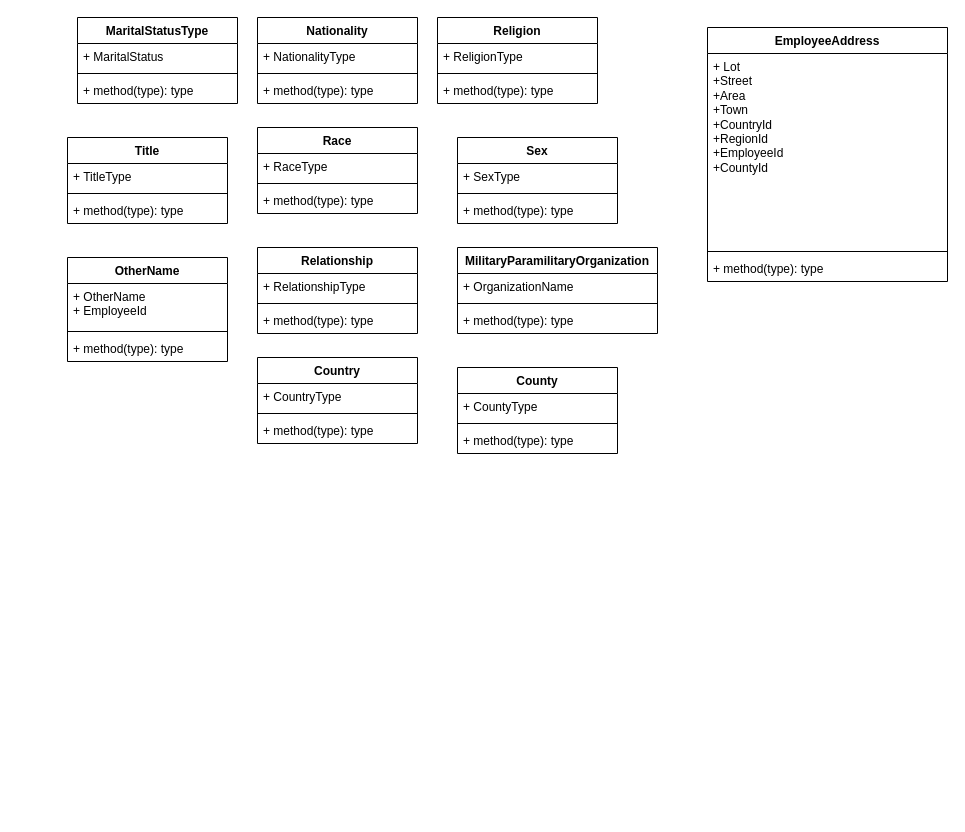
The draw.io diagram GDFHrmsDesignDocs.drawio in ResearchAndDevelopmentSignal/GDFHRMSDesignDocs, before the edit. Source tidied: cells renumbered, new cells numbered last; positions are measured from the earlier drawing's top-left corner, leaving out a move shared by most shapes. Both pictures are drawn from the tidied source at 100%, with x=0, y=0 at pixel (67, 17).
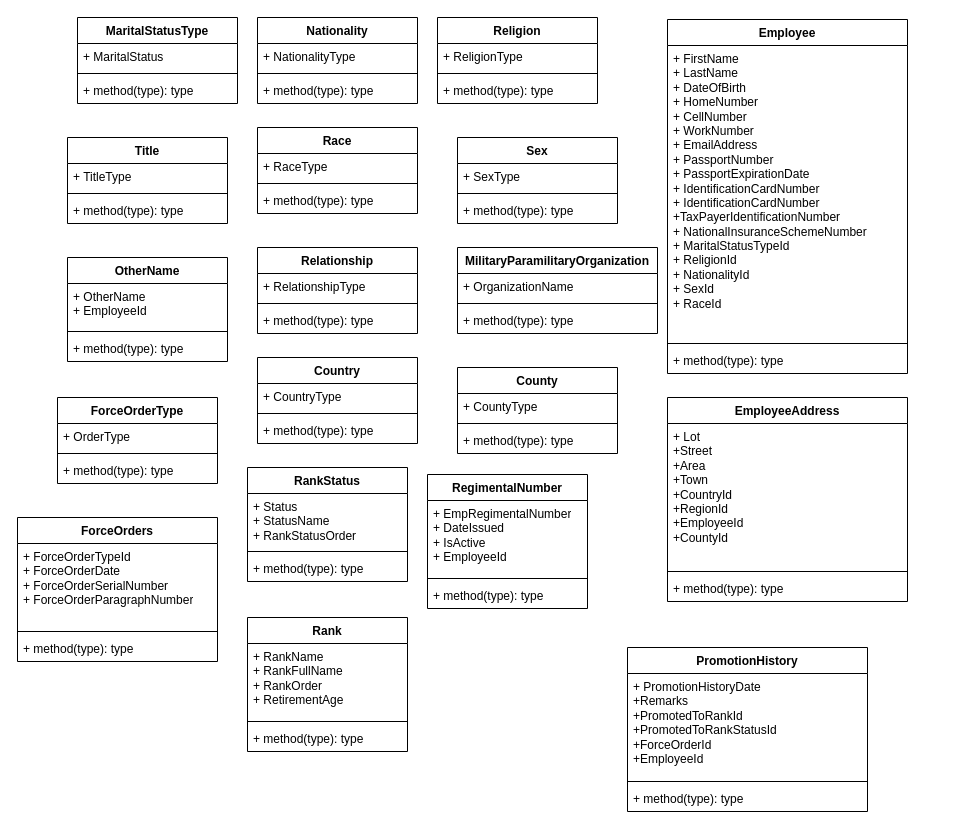
Above is the later version.

The edit, as a diff of the source:
```diff
@@
     <mxCell id="46" value="EmployeeAddress" style="swimlane;fontStyle=1;align=center;verticalAlign=top;horizontal=1;startSize=26;whiteSpace=wrap;html=1;" parent="1" vertex="1">
-      <mxGeometry x="640" y="10" width="240" height="254" as="geometry" />
+      <mxGeometry x="600" y="380" width="240" height="204" as="geometry" />
     </mxCell>
     <mxCell id="47" value="+ Lot&lt;br&gt;+Street&lt;br&gt;+Area&lt;br&gt;+Town&lt;br&gt;+CountryId&lt;br&gt;+RegionId&lt;br&gt;+EmployeeId&lt;br&gt;+CountyId" style="text;strokeColor=none;fillColor=none;align=left;verticalAlign=top;spacingLeft=4;spacingRight=4;overflow=hidden;whiteSpace=wrap;html=1;" parent="46" vertex="1">
-      <mxGeometry y="26" width="240" height="194" as="geometry" />
+      <mxGeometry y="26" width="240" height="144" as="geometry" />
     </mxCell>
     <mxCell id="48" style="line;strokeWidth=1;fillColor=none;align=left;verticalAlign=middle;spacingTop=-1;spacingLeft=3;spacingRight=3;labelPosition=right;strokeColor=inherit;" parent="46" vertex="1">
-      <mxGeometry y="220" width="240" height="8" as="geometry" />
+      <mxGeometry y="170" width="240" height="8" as="geometry" />
     </mxCell>
     <mxCell id="49" value="+ method(type): type" style="text;strokeColor=none;fillColor=none;align=left;verticalAlign=top;spacingLeft=4;spacingRight=4;overflow=hidden;whiteSpace=wrap;html=1;" parent="46" vertex="1">
-      <mxGeometry y="228" width="240" height="26" as="geometry" />
+      <mxGeometry y="178" width="240" height="26" as="geometry" />
     </mxCell>
+    <mxCell id="50" value="Employee&lt;br&gt;" style="swimlane;fontStyle=1;align=center;verticalAlign=top;horizontal=1;startSize=26;whiteSpace=wrap;html=1;" parent="1" vertex="1">
+      <mxGeometry x="600" y="2" width="240" height="354" as="geometry" />
+    </mxCell>
+    <mxCell id="51" value="+ FirstName&lt;br&gt;+ LastName&lt;br&gt;+ DateOfBirth&lt;br&gt;+ HomeNumber&lt;br&gt;+ CellNumber&lt;br&gt;+ WorkNumber&lt;br&gt;+ EmailAddress&lt;br&gt;+ PassportNumber&lt;br&gt;+ PassportExpirationDate&lt;br&gt;+ IdentificationCardNumber&lt;br&gt;+ IdentificationCardNumber&lt;br&gt;+TaxPayerIdentificationNumber&lt;br&gt;+ NationalInsuranceSchemeNumber&lt;br&gt;+ MaritalStatusTypeId&lt;br&gt;+ ReligionId&lt;br&gt;+ NationalityId&lt;br&gt;+ SexId&lt;br&gt;+ RaceId" style="text;strokeColor=none;fillColor=none;align=left;verticalAlign=top;spacingLeft=4;spacingRight=4;overflow=hidden;whiteSpace=wrap;html=1;" parent="50" vertex="1">
+      <mxGeometry y="26" width="240" height="294" as="geometry" />
+    </mxCell>
+    <mxCell id="52" style="line;strokeWidth=1;fillColor=none;align=left;verticalAlign=middle;spacingTop=-1;spacingLeft=3;spacingRight=3;labelPosition=right;strokeColor=inherit;" parent="50" vertex="1">
+      <mxGeometry y="320" width="240" height="8" as="geometry" />
+    </mxCell>
+    <mxCell id="53" value="+ method(type): type" style="text;strokeColor=none;fillColor=none;align=left;verticalAlign=top;spacingLeft=4;spacingRight=4;overflow=hidden;whiteSpace=wrap;html=1;" parent="50" vertex="1">
+      <mxGeometry y="328" width="240" height="26" as="geometry" />
+    </mxCell>
+    <mxCell id="54" value="RegimentalNumber" style="swimlane;fontStyle=1;align=center;verticalAlign=top;horizontal=1;startSize=26;whiteSpace=wrap;html=1;" parent="1" vertex="1">
+      <mxGeometry x="360" y="457" width="160" height="134" as="geometry" />
+    </mxCell>
+    <mxCell id="55" value="+ EmpRegimentalNumber&lt;br&gt;+ DateIssued&lt;br&gt;+ IsActive&lt;br&gt;+ EmployeeId" style="text;strokeColor=none;fillColor=none;align=left;verticalAlign=top;spacingLeft=4;spacingRight=4;overflow=hidden;whiteSpace=wrap;html=1;" parent="54" vertex="1">
+      <mxGeometry y="26" width="160" height="74" as="geometry" />
+    </mxCell>
+    <mxCell id="56" style="line;strokeWidth=1;fillColor=none;align=left;verticalAlign=middle;spacingTop=-1;spacingLeft=3;spacingRight=3;labelPosition=right;strokeColor=inherit;" parent="54" vertex="1">
+      <mxGeometry y="100" width="160" height="8" as="geometry" />
+    </mxCell>
+    <mxCell id="57" value="+ method(type): type" style="text;strokeColor=none;fillColor=none;align=left;verticalAlign=top;spacingLeft=4;spacingRight=4;overflow=hidden;whiteSpace=wrap;html=1;" parent="54" vertex="1">
+      <mxGeometry y="108" width="160" height="26" as="geometry" />
+    </mxCell>
+    <mxCell id="58" value="RankStatus" style="swimlane;fontStyle=1;align=center;verticalAlign=top;horizontal=1;startSize=26;whiteSpace=wrap;html=1;" parent="1" vertex="1">
+      <mxGeometry x="180" y="450" width="160" height="114" as="geometry" />
+    </mxCell>
+    <mxCell id="59" value="+ Status&lt;br&gt;+ StatusName&lt;br&gt;+ RankStatusOrder&lt;br&gt;" style="text;strokeColor=none;fillColor=none;align=left;verticalAlign=top;spacingLeft=4;spacingRight=4;overflow=hidden;whiteSpace=wrap;html=1;" parent="58" vertex="1">
+      <mxGeometry y="26" width="160" height="54" as="geometry" />
+    </mxCell>
+    <mxCell id="60" style="line;strokeWidth=1;fillColor=none;align=left;verticalAlign=middle;spacingTop=-1;spacingLeft=3;spacingRight=3;labelPosition=right;strokeColor=inherit;" parent="58" vertex="1">
+      <mxGeometry y="80" width="160" height="8" as="geometry" />
+    </mxCell>
+    <mxCell id="61" value="+ method(type): type" style="text;strokeColor=none;fillColor=none;align=left;verticalAlign=top;spacingLeft=4;spacingRight=4;overflow=hidden;whiteSpace=wrap;html=1;" parent="58" vertex="1">
+      <mxGeometry y="88" width="160" height="26" as="geometry" />
+    </mxCell>
+    <mxCell id="62" value="Rank" style="swimlane;fontStyle=1;align=center;verticalAlign=top;horizontal=1;startSize=26;whiteSpace=wrap;html=1;" parent="1" vertex="1">
+      <mxGeometry x="180" y="600" width="160" height="134" as="geometry" />
+    </mxCell>
+    <mxCell id="63" value="+ RankName&lt;br&gt;+ RankFullName&lt;br&gt;+ RankOrder&lt;br&gt;+ RetirementAge" style="text;strokeColor=none;fillColor=none;align=left;verticalAlign=top;spacingLeft=4;spacingRight=4;overflow=hidden;whiteSpace=wrap;html=1;" parent="62" vertex="1">
+      <mxGeometry y="26" width="160" height="74" as="geometry" />
+    </mxCell>
+    <mxCell id="64" style="line;strokeWidth=1;fillColor=none;align=left;verticalAlign=middle;spacingTop=-1;spacingLeft=3;spacingRight=3;labelPosition=right;strokeColor=inherit;" parent="62" vertex="1">
+      <mxGeometry y="100" width="160" height="8" as="geometry" />
+    </mxCell>
+    <mxCell id="65" value="+ method(type): type" style="text;strokeColor=none;fillColor=none;align=left;verticalAlign=top;spacingLeft=4;spacingRight=4;overflow=hidden;whiteSpace=wrap;html=1;" parent="62" vertex="1">
+      <mxGeometry y="108" width="160" height="26" as="geometry" />
+    </mxCell>
+    <mxCell id="66" value="ForceOrderType" style="swimlane;fontStyle=1;align=center;verticalAlign=top;horizontal=1;startSize=26;whiteSpace=wrap;html=1;" parent="1" vertex="1">
+      <mxGeometry x="-10" y="380" width="160" height="86" as="geometry" />
+    </mxCell>
+    <mxCell id="67" value="+ OrderType" style="text;strokeColor=none;fillColor=none;align=left;verticalAlign=top;spacingLeft=4;spacingRight=4;overflow=hidden;whiteSpace=wrap;html=1;" parent="66" vertex="1">
+      <mxGeometry y="26" width="160" height="26" as="geometry" />
+    </mxCell>
+    <mxCell id="68" style="line;strokeWidth=1;fillColor=none;align=left;verticalAlign=middle;spacingTop=-1;spacingLeft=3;spacingRight=3;labelPosition=right;strokeColor=inherit;" parent="66" vertex="1">
+      <mxGeometry y="52" width="160" height="8" as="geometry" />
+    </mxCell>
+    <mxCell id="69" value="+ method(type): type" style="text;strokeColor=none;fillColor=none;align=left;verticalAlign=top;spacingLeft=4;spacingRight=4;overflow=hidden;whiteSpace=wrap;html=1;" parent="66" vertex="1">
+      <mxGeometry y="60" width="160" height="26" as="geometry" />
+    </mxCell>
+    <mxCell id="70" value="ForceOrders" style="swimlane;fontStyle=1;align=center;verticalAlign=top;horizontal=1;startSize=26;whiteSpace=wrap;html=1;" parent="1" vertex="1">
+      <mxGeometry x="-50" y="500" width="200" height="144" as="geometry" />
+    </mxCell>
+    <mxCell id="71" value="+ ForceOrderTypeId&lt;br&gt;+ ForceOrderDate&lt;br&gt;+ ForceOrderSerialNumber&lt;br&gt;+ ForceOrderParagraphNumber" style="text;strokeColor=none;fillColor=none;align=left;verticalAlign=top;spacingLeft=4;spacingRight=4;overflow=hidden;whiteSpace=wrap;html=1;" parent="70" vertex="1">
+      <mxGeometry y="26" width="200" height="84" as="geometry" />
+    </mxCell>
+    <mxCell id="72" style="line;strokeWidth=1;fillColor=none;align=left;verticalAlign=middle;spacingTop=-1;spacingLeft=3;spacingRight=3;labelPosition=right;strokeColor=inherit;" parent="70" vertex="1">
+      <mxGeometry y="110" width="200" height="8" as="geometry" />
+    </mxCell>
+    <mxCell id="73" value="+ method(type): type" style="text;strokeColor=none;fillColor=none;align=left;verticalAlign=top;spacingLeft=4;spacingRight=4;overflow=hidden;whiteSpace=wrap;html=1;" parent="70" vertex="1">
+      <mxGeometry y="118" width="200" height="26" as="geometry" />
+    </mxCell>
+    <mxCell id="74" value="PromotionHistory" style="swimlane;fontStyle=1;align=center;verticalAlign=top;horizontal=1;startSize=26;whiteSpace=wrap;html=1;" parent="1" vertex="1">
+      <mxGeometry x="560" y="630" width="240" height="164" as="geometry" />
+    </mxCell>
+    <mxCell id="75" value="+ PromotionHistoryDate&lt;br&gt;+Remarks&lt;br&gt;+PromotedToRankId&lt;br&gt;+PromotedToRankStatusId&lt;br&gt;+ForceOrderId&lt;br&gt;+EmployeeId&lt;br&gt;" style="text;strokeColor=none;fillColor=none;align=left;verticalAlign=top;spacingLeft=4;spacingRight=4;overflow=hidden;whiteSpace=wrap;html=1;" parent="74" vertex="1">
+      <mxGeometry y="26" width="240" height="104" as="geometry" />
+    </mxCell>
+    <mxCell id="76" style="line;strokeWidth=1;fillColor=none;align=left;verticalAlign=middle;spacingTop=-1;spacingLeft=3;spacingRight=3;labelPosition=right;strokeColor=inherit;" parent="74" vertex="1">
+      <mxGeometry y="130" width="240" height="8" as="geometry" />
+    </mxCell>
+    <mxCell id="77" value="+ method(type): type" style="text;strokeColor=none;fillColor=none;align=left;verticalAlign=top;spacingLeft=4;spacingRight=4;overflow=hidden;whiteSpace=wrap;html=1;" parent="74" vertex="1">
+      <mxGeometry y="138" width="240" height="26" as="geometry" />
+    </mxCell>
```
